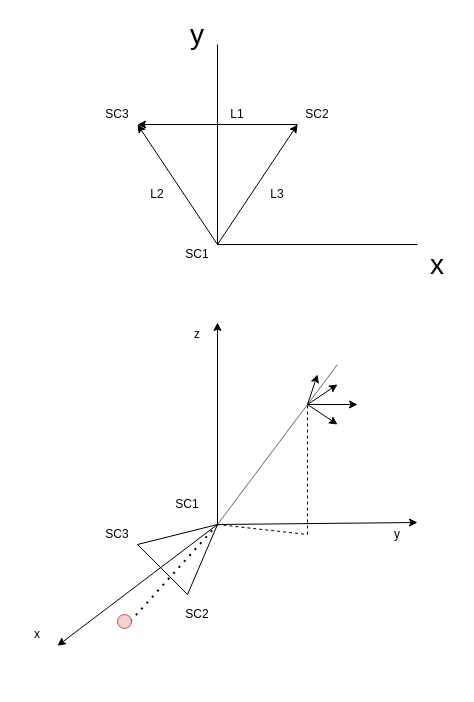
Before: masterthesis-geo.drawio in XuetingZhang/BiminghamWInnerSchool, a draw.io diagram. Source tidied: cells renumbered, new cells numbered last; positions are measured from the earlier drawing's top-left corner, leaving out a move shared by most shapes. Both pictures are drawn from the tidied source at 100%, with x=0, y=0 at pixel (17, 24).
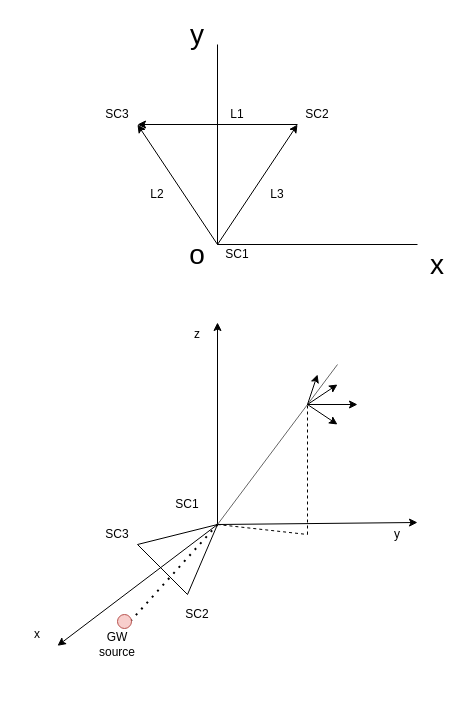
Above is the later version.

The edit, as a diff of the source:
```diff
@@
     <mxCell id="10" value="SC1" style="text;html=1;strokeColor=none;fillColor=none;align=center;verticalAlign=middle;whiteSpace=wrap;rounded=0;" parent="1" vertex="1">
-      <mxGeometry x="160" y="220" width="40" height="20" as="geometry" />
+      <mxGeometry x="200" y="220" width="40" height="20" as="geometry" />
     </mxCell>
@@
+    <mxCell id="37" value="&lt;font style=&quot;font-size: 28px&quot;&gt;o&lt;/font&gt;" style="text;html=1;strokeColor=none;fillColor=none;align=center;verticalAlign=middle;whiteSpace=wrap;rounded=0;" parent="1" vertex="1">
+      <mxGeometry x="160" y="220" width="40" height="20" as="geometry" />
+    </mxCell>
+    <mxCell id="38" value="GW source" style="text;html=1;strokeColor=none;fillColor=none;align=center;verticalAlign=middle;whiteSpace=wrap;rounded=0;" parent="1" vertex="1">
+      <mxGeometry x="80" y="610" width="40" height="20" as="geometry" />
+    </mxCell>
```
